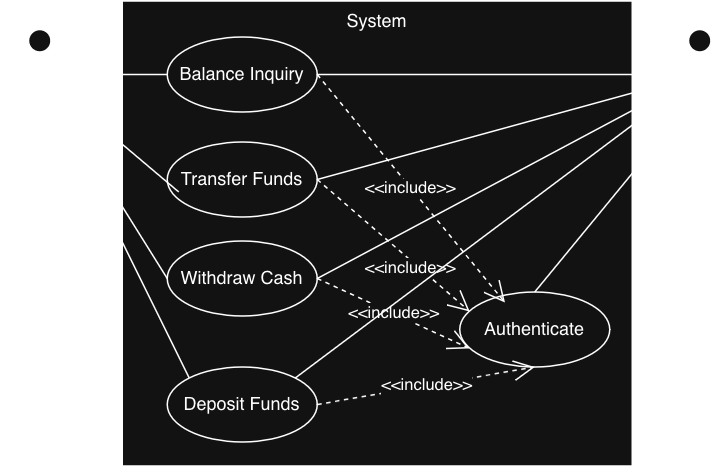
Before: CS3667/imgs/use-case-include.png, a diagram exported from draw.io (haietza/lecture-slides). Source tidied: cells renumbered, new cells last; positions are measured from the earlier drawing's top-left corner, leaving out a move shared by most shapes. Source of this version:
```xml
<mxGraphModel>
  <root>
    <mxCell id="0" />
    <mxCell id="1" value="Activity Solution" parent="0" />
    <mxCell id="2" value="System" style="html=1;whiteSpace=wrap;verticalAlign=top;" parent="1" vertex="1">
      <mxGeometry x="70" width="340" height="310" as="geometry" />
    </mxCell>
    <mxCell id="3" style="endArrow=none;endFill=0;endSize=12;html=1;rounded=0;startArrow=none;startFill=0;exitX=0.5;exitY=0.5;exitDx=0;exitDy=0;exitPerimeter=0;" parent="1" edge="1" source="22" target="5">
      <mxGeometry relative="1" as="geometry" />
    </mxCell>
    <mxCell id="4" value="Transfer Funds" style="ellipse;whiteSpace=wrap;html=1;" parent="1" vertex="1">
      <mxGeometry x="100" y="94" width="100" height="50" as="geometry" />
    </mxCell>
    <mxCell id="5" value="Balance Inquiry" style="ellipse;whiteSpace=wrap;html=1;" parent="1" vertex="1">
      <mxGeometry x="100" y="24" width="100" height="50" as="geometry" />
    </mxCell>
    <mxCell id="6" value="Bank" style="shape=umlActor;verticalLabelPosition=bottom;verticalAlign=top;html=1;" parent="1" vertex="1">
      <mxGeometry x="440" y="19" width="30" height="60" as="geometry" />
    </mxCell>
    <mxCell id="7" value="Withdraw Cash" style="ellipse;whiteSpace=wrap;html=1;" parent="1" vertex="1">
      <mxGeometry x="100" y="160" width="100" height="50" as="geometry" />
    </mxCell>
    <mxCell id="8" value="Authenticate" style="ellipse;whiteSpace=wrap;html=1;" parent="1" vertex="1">
      <mxGeometry x="295" y="194" width="100" height="50" as="geometry" />
    </mxCell>
    <mxCell id="9" style="endArrow=none;endFill=0;endSize=12;html=1;rounded=0;startArrow=none;startFill=0;entryX=0.076;entryY=0.665;entryDx=0;entryDy=0;entryPerimeter=0;exitX=0.5;exitY=0.5;exitDx=0;exitDy=0;exitPerimeter=0;" parent="1" edge="1" source="22" target="4">
      <mxGeometry relative="1" as="geometry" />
    </mxCell>
    <mxCell id="10" style="endArrow=none;endFill=0;endSize=12;html=1;rounded=0;startArrow=none;startFill=0;entryX=0;entryY=0.5;entryDx=0;entryDy=0;exitX=0.5;exitY=0.5;exitDx=0;exitDy=0;exitPerimeter=0;" parent="1" edge="1" source="22" target="7">
      <mxGeometry relative="1" as="geometry" />
    </mxCell>
    <mxCell id="11" style="endArrow=none;endFill=0;endSize=12;html=1;rounded=0;startArrow=none;startFill=0;entryX=0.5;entryY=0.5;entryDx=0;entryDy=0;exitX=1;exitY=0.5;exitDx=0;exitDy=0;entryPerimeter=0;" parent="1" edge="1" source="5" target="6">
      <mxGeometry relative="1" as="geometry" />
    </mxCell>
    <mxCell id="12" style="endArrow=none;endFill=0;endSize=12;html=1;rounded=0;startArrow=none;startFill=0;entryX=0.5;entryY=0.5;entryDx=0;entryDy=0;exitX=1;exitY=0.5;exitDx=0;exitDy=0;entryPerimeter=0;" parent="1" edge="1" source="4" target="6">
      <mxGeometry relative="1" as="geometry" />
    </mxCell>
    <mxCell id="13" style="endArrow=none;endFill=0;endSize=12;html=1;rounded=0;startArrow=none;startFill=0;entryX=0.5;entryY=0.5;entryDx=0;entryDy=0;exitX=1;exitY=0.5;exitDx=0;exitDy=0;entryPerimeter=0;" parent="1" edge="1" source="7" target="6">
      <mxGeometry relative="1" as="geometry" />
    </mxCell>
    <mxCell id="14" style="endArrow=none;endFill=0;endSize=12;html=1;rounded=0;startArrow=none;startFill=0;entryX=0.457;entryY=0.712;entryDx=0;entryDy=0;exitX=0.5;exitY=0;exitDx=0;exitDy=0;entryPerimeter=0;" parent="1" edge="1" source="8" target="6">
      <mxGeometry relative="1" as="geometry" />
    </mxCell>
    <mxCell id="15" value="&amp;lt;&amp;lt;include&amp;gt;&amp;gt;" style="endArrow=open;endSize=12;dashed=1;html=1;rounded=0;exitX=1;exitY=0.5;exitDx=0;exitDy=0;entryX=0.302;entryY=0.141;entryDx=0;entryDy=0;entryPerimeter=0;" parent="1" edge="1" source="5" target="8">
      <mxGeometry relative="1" as="geometry" />
    </mxCell>
    <mxCell id="16" value="&amp;lt;&amp;lt;include&amp;gt;&amp;gt;" style="endArrow=open;endSize=12;dashed=1;html=1;rounded=0;exitX=1;exitY=0.5;exitDx=0;exitDy=0;entryX=0.066;entryY=0.259;entryDx=0;entryDy=0;entryPerimeter=0;" parent="1" edge="1" source="4" target="8">
      <mxGeometry x="0.27" y="-4" relative="1" as="geometry" />
    </mxCell>
    <mxCell id="17" value="&amp;lt;&amp;lt;include&amp;gt;&amp;gt;" style="endArrow=open;endSize=12;dashed=1;html=1;rounded=0;exitX=1;exitY=0.5;exitDx=0;exitDy=0;entryX=0.066;entryY=0.753;entryDx=0;entryDy=0;entryPerimeter=0;" parent="1" edge="1" source="7" target="8">
      <mxGeometry relative="1" as="geometry" />
    </mxCell>
    <mxCell id="18" value="Deposit Funds" style="ellipse;whiteSpace=wrap;html=1;" parent="1" vertex="1">
      <mxGeometry x="100" y="244" width="100" height="50" as="geometry" />
    </mxCell>
    <mxCell id="19" value="&amp;lt;&amp;lt;include&amp;gt;&amp;gt;" style="endArrow=open;endSize=12;dashed=1;html=1;rounded=0;exitX=1;exitY=0.5;exitDx=0;exitDy=0;entryX=0.5;entryY=1;entryDx=0;entryDy=0;" parent="1" edge="1" source="18" target="8">
      <mxGeometry relative="1" as="geometry" />
    </mxCell>
    <mxCell id="20" style="endArrow=none;endFill=0;endSize=12;html=1;rounded=0;startArrow=none;startFill=0;entryX=0.5;entryY=0.5;entryDx=0;entryDy=0;exitX=1;exitY=0;exitDx=0;exitDy=0;entryPerimeter=0;" parent="1" edge="1" source="18" target="6">
      <mxGeometry relative="1" as="geometry" />
    </mxCell>
    <mxCell id="21" style="endArrow=none;endFill=0;endSize=12;html=1;rounded=0;startArrow=none;startFill=0;entryX=0;entryY=0;entryDx=0;entryDy=0;exitX=0.5;exitY=0.5;exitDx=0;exitDy=0;exitPerimeter=0;" parent="1" edge="1" source="22" target="18">
      <mxGeometry relative="1" as="geometry" />
    </mxCell>
    <mxCell id="22" value="Customer" style="shape=umlActor;verticalLabelPosition=bottom;verticalAlign=top;html=1;" parent="1" vertex="1">
      <mxGeometry y="19" width="30" height="60" as="geometry" />
    </mxCell>
  </root>
</mxGraphModel>
```
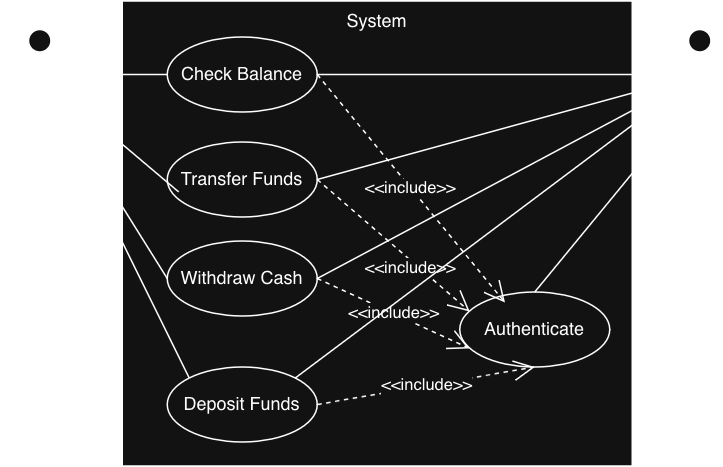
Above is the later version.

What changed in the source:
```diff
@@ -11,7 +11,7 @@
     <mxCell id="4" value="Transfer Funds" style="ellipse;whiteSpace=wrap;html=1;" parent="1" vertex="1">
       <mxGeometry x="100" y="94" width="100" height="50" as="geometry" />
     </mxCell>
-    <mxCell id="5" value="Balance Inquiry" style="ellipse;whiteSpace=wrap;html=1;" parent="1" vertex="1">
+    <mxCell id="5" value="Check Balance" style="ellipse;whiteSpace=wrap;html=1;" parent="1" vertex="1">
       <mxGeometry x="100" y="24" width="100" height="50" as="geometry" />
     </mxCell>
     <mxCell id="6" value="Bank" style="shape=umlActor;verticalLabelPosition=bottom;verticalAlign=top;html=1;" parent="1" vertex="1">
```
